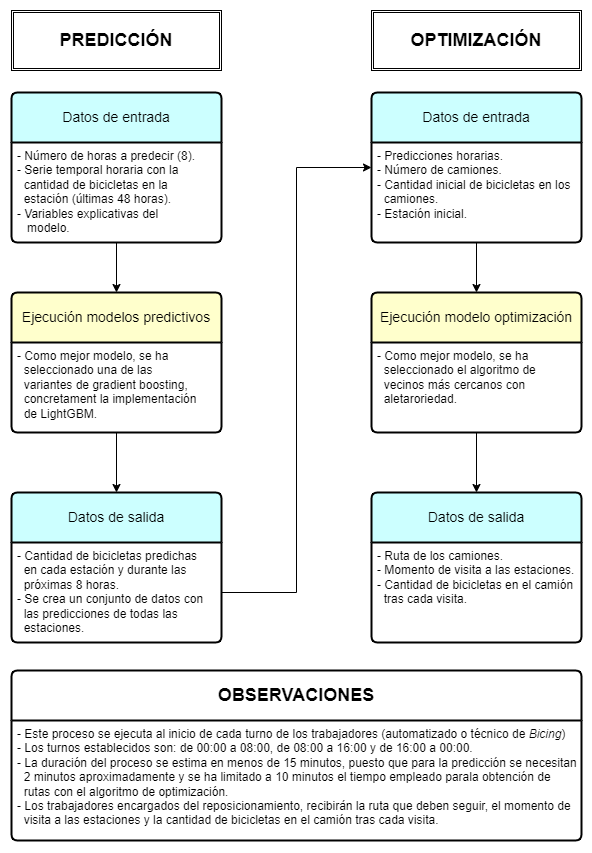
The draw.io diagram 4-DIAGRAMAS/Flujo de ejecución.drawio.png in GerardGinerFabregat2001/Optimizacion_reposicionamiento_Bicing, before a commit. Source tidied: cells renumbered, new cells last; positions are measured from the earlier drawing's top-left corner, leaving out a move shared by most shapes. The source it was exported from:
```xml
<mxGraphModel>
  <root>
    <mxCell id="0" />
    <mxCell id="1" parent="0" />
    <mxCell id="2" value="Ejecución modelos predictivos" style="swimlane;horizontal=1;startSize=50;rounded=1;fontSize=14;fontStyle=0;strokeWidth=2;shadow=0;dashed=0;align=center;arcSize=4;whiteSpace=wrap;html=1;fillColor=#FFFFCC;" parent="1" vertex="1">
      <mxGeometry y="282" width="210" height="140" as="geometry" />
    </mxCell>
    <mxCell id="3" value="- Como mejor modelo, se ha&amp;nbsp;&lt;div&gt;&amp;nbsp; seleccionado una de las&amp;nbsp;&lt;div&gt;&amp;nbsp; variantes de gradient boosting,&lt;/div&gt;&lt;div&gt;&amp;nbsp; concretament la implementación&amp;nbsp;&lt;/div&gt;&lt;div&gt;&amp;nbsp; de LightGBM.&lt;/div&gt;&lt;/div&gt;" style="align=left;strokeColor=none;fillColor=none;spacingLeft=4;fontSize=12;verticalAlign=top;html=1;" parent="2" vertex="1">
      <mxGeometry y="50" width="210" height="90" as="geometry" />
    </mxCell>
    <mxCell id="4" value="Datos de entrada" style="swimlane;horizontal=1;startSize=50;rounded=1;fontSize=14;fontStyle=0;strokeWidth=2;shadow=0;dashed=0;align=center;arcSize=4;whiteSpace=wrap;html=1;fillColor=#CCFFFF;" parent="1" vertex="1">
      <mxGeometry y="82" width="210" height="150" as="geometry" />
    </mxCell>
    <mxCell id="5" value="- Número de horas a predecir (8).&lt;div&gt;- Serie temporal horaria con la&amp;nbsp;&lt;/div&gt;&lt;div&gt;&amp;nbsp; cantidad de bicicletas en la&amp;nbsp;&lt;/div&gt;&lt;div&gt;&amp;nbsp; estación (últimas 48 horas).&lt;/div&gt;&lt;div&gt;- Variables explicativas del&lt;/div&gt;&lt;div&gt;&amp;nbsp; &amp;nbsp;modelo.&lt;/div&gt;" style="align=left;strokeColor=none;fillColor=none;spacingLeft=4;fontSize=12;verticalAlign=top;html=1;" parent="4" vertex="1">
      <mxGeometry y="50" width="210" height="100" as="geometry" />
    </mxCell>
    <mxCell id="6" value="Datos de salida" style="swimlane;horizontal=1;startSize=50;rounded=1;fontSize=14;fontStyle=0;strokeWidth=2;shadow=0;dashed=0;align=center;arcSize=4;whiteSpace=wrap;html=1;fillColor=#CCFFFF;" parent="1" vertex="1">
      <mxGeometry y="482" width="210" height="150" as="geometry" />
    </mxCell>
    <mxCell id="7" value="- Cantidad de bicicletas predichas&amp;nbsp;&lt;div&gt;&amp;nbsp; en cada estación y durante las&amp;nbsp;&lt;/div&gt;&lt;div&gt;&amp;nbsp; próximas 8 horas.&lt;/div&gt;&lt;div&gt;- Se crea un conjunto de datos con&lt;/div&gt;&lt;div&gt;&amp;nbsp; las predicciones de todas las&amp;nbsp;&lt;/div&gt;&lt;div&gt;&amp;nbsp; estaciones.&lt;/div&gt;" style="align=left;strokeColor=none;fillColor=none;spacingLeft=4;fontSize=12;verticalAlign=top;html=1;" parent="6" vertex="1">
      <mxGeometry y="50" width="210" height="100" as="geometry" />
    </mxCell>
    <mxCell id="8" style="edgeStyle=orthogonalEdgeStyle;rounded=0;jettySize=auto;html=1;exitX=0.5;exitY=1;exitDx=0;exitDy=0;entryX=0.5;entryY=0;entryDx=0;entryDy=0;" parent="1" edge="1" source="5" target="2">
      <mxGeometry relative="1" as="geometry" />
    </mxCell>
    <mxCell id="9" value="Datos de entrada" style="swimlane;horizontal=1;startSize=50;rounded=1;fontSize=14;fontStyle=0;strokeWidth=2;shadow=0;dashed=0;align=center;arcSize=4;whiteSpace=wrap;html=1;fillColor=#CCFFFF;" parent="1" vertex="1">
      <mxGeometry x="360" y="82" width="210" height="150" as="geometry" />
    </mxCell>
    <mxCell id="10" value="- Predicciones horarias.&lt;div&gt;- Número de camiones.&lt;/div&gt;&lt;div&gt;- Cantidad inicial de bicicletas en los&lt;/div&gt;&lt;div&gt;&amp;nbsp; camiones.&lt;/div&gt;&lt;div&gt;- Estación inicial.&lt;/div&gt;" style="align=left;strokeColor=none;fillColor=none;spacingLeft=4;fontSize=12;verticalAlign=top;html=1;" parent="9" vertex="1">
      <mxGeometry y="50" width="210" height="100" as="geometry" />
    </mxCell>
    <mxCell id="11" style="edgeStyle=orthogonalEdgeStyle;rounded=0;jettySize=auto;html=1;entryX=0;entryY=0.5;entryDx=0;entryDy=0;" parent="1" edge="1" source="7" target="9">
      <mxGeometry relative="1" as="geometry" />
    </mxCell>
    <mxCell id="12" value="Ejecución modelo optimización" style="swimlane;horizontal=1;startSize=50;rounded=1;fontSize=14;fontStyle=0;strokeWidth=2;shadow=0;dashed=0;align=center;arcSize=4;whiteSpace=wrap;html=1;fillColor=#FFFFCC;" parent="1" vertex="1">
      <mxGeometry x="360" y="282" width="210" height="140" as="geometry" />
    </mxCell>
    <mxCell id="13" value="- Como mejor modelo, se ha&lt;div&gt;&amp;nbsp; seleccionado el algoritmo de&lt;div&gt;&amp;nbsp; vecinos más cercanos con&amp;nbsp;&lt;/div&gt;&lt;div&gt;&amp;nbsp; aletaroriedad.&lt;/div&gt;&lt;div&gt;&lt;br&gt;&lt;/div&gt;&lt;/div&gt;" style="align=left;strokeColor=none;fillColor=none;spacingLeft=4;fontSize=12;verticalAlign=top;html=1;" parent="12" vertex="1">
      <mxGeometry y="50" width="210" height="90" as="geometry" />
    </mxCell>
    <mxCell id="14" style="edgeStyle=orthogonalEdgeStyle;rounded=0;jettySize=auto;html=1;entryX=0.5;entryY=0;entryDx=0;entryDy=0;" parent="1" edge="1" source="3" target="6">
      <mxGeometry relative="1" as="geometry" />
    </mxCell>
    <mxCell id="15" style="edgeStyle=orthogonalEdgeStyle;rounded=0;jettySize=auto;html=1;exitX=0.5;exitY=1;exitDx=0;exitDy=0;entryX=0.5;entryY=0;entryDx=0;entryDy=0;" parent="1" edge="1" source="10" target="12">
      <mxGeometry relative="1" as="geometry" />
    </mxCell>
    <mxCell id="16" value="Datos de salida" style="swimlane;horizontal=1;startSize=50;rounded=1;fontSize=14;fontStyle=0;strokeWidth=2;shadow=0;dashed=0;align=center;arcSize=4;whiteSpace=wrap;html=1;fillColor=#CCFFFF;" parent="1" vertex="1">
      <mxGeometry x="360" y="482" width="210" height="150" as="geometry" />
    </mxCell>
    <mxCell id="17" value="- Ruta de los camiones.&lt;div&gt;- Momento de visita a las estaciones.&lt;/div&gt;&lt;div&gt;- Cantidad de bicicletas en el camión&lt;/div&gt;&lt;div&gt;&amp;nbsp; tras cada visita.&lt;/div&gt;" style="align=left;strokeColor=none;fillColor=none;spacingLeft=4;fontSize=12;verticalAlign=top;html=1;" parent="16" vertex="1">
      <mxGeometry y="50" width="210" height="100" as="geometry" />
    </mxCell>
    <mxCell id="18" style="edgeStyle=orthogonalEdgeStyle;rounded=0;jettySize=auto;html=1;exitX=0.5;exitY=1;exitDx=0;exitDy=0;entryX=0.5;entryY=0;entryDx=0;entryDy=0;" parent="1" edge="1" source="13" target="16">
      <mxGeometry relative="1" as="geometry" />
    </mxCell>
    <mxCell id="19" value="&lt;font style=&quot;font-size: 18px;&quot;&gt;&lt;b&gt;PREDICCIÓN&lt;/b&gt;&lt;/font&gt;" style="shape=ext;double=1;rounded=0;whiteSpace=wrap;html=1;fillColor=none;" parent="1" vertex="1">
      <mxGeometry width="210" height="60" as="geometry" />
    </mxCell>
    <mxCell id="20" value="&lt;font style=&quot;font-size: 18px;&quot;&gt;&lt;b&gt;OPTIMIZACIÓN&lt;/b&gt;&lt;/font&gt;" style="shape=ext;double=1;rounded=0;whiteSpace=wrap;html=1;" parent="1" vertex="1">
      <mxGeometry x="360" width="210" height="60" as="geometry" />
    </mxCell>
    <mxCell id="21" value="&lt;b&gt;&lt;font style=&quot;font-size: 18px;&quot;&gt;OBSERVACIONES&lt;/font&gt;&lt;/b&gt;" style="swimlane;horizontal=1;startSize=50;rounded=1;fontSize=14;fontStyle=0;strokeWidth=2;shadow=0;dashed=0;align=center;arcSize=4;whiteSpace=wrap;html=1;fillColor=none;" parent="1" vertex="1">
      <mxGeometry y="660" width="570" height="170" as="geometry" />
    </mxCell>
    <mxCell id="22" value="- Este proceso se ejecuta al inicio de cada turno de los trabajadores (automatizado o técnico de &lt;i&gt;Bicing&lt;/i&gt;)&amp;nbsp;&lt;div&gt;- Los turnos establecidos son: de 00:00 a 08:00, de 08:00 a 16:00 y de 16:00 a 00:00.&lt;/div&gt;&lt;div&gt;- La duración del proceso se estima en menos de 15 minutos, puesto que para la predicción se necesitan&lt;/div&gt;&lt;div&gt;&amp;nbsp; 2 minutos aproximadamente y se ha limitado a 10 minutos el tiempo empleado parala obtención de&amp;nbsp;&lt;/div&gt;&lt;div&gt;&amp;nbsp; rutas con el algoritmo de&amp;nbsp;&lt;span style=&quot;background-color: initial;&quot;&gt;optimización.&lt;/span&gt;&lt;/div&gt;&lt;div&gt;&lt;span style=&quot;background-color: initial;&quot;&gt;- Los trabajadores encargados del reposicionamiento, recibirán la ruta que deben seguir, el momento de&amp;nbsp;&lt;/span&gt;&lt;/div&gt;&lt;div&gt;&lt;span style=&quot;background-color: initial;&quot;&gt;&amp;nbsp; visita a las estaciones y la cantidad&amp;nbsp;&lt;/span&gt;&lt;span style=&quot;background-color: initial;&quot;&gt;de bicicletas en el camión tras cada visita.&lt;/span&gt;&lt;/div&gt;&lt;div&gt;&lt;span style=&quot;background-color: initial;&quot;&gt;&lt;br&gt;&lt;/span&gt;&lt;/div&gt;" style="align=left;strokeColor=none;fillColor=none;spacingLeft=4;fontSize=12;verticalAlign=top;html=1;" parent="21" vertex="1">
      <mxGeometry y="50" width="570" height="120" as="geometry" />
    </mxCell>
  </root>
</mxGraphModel>
```
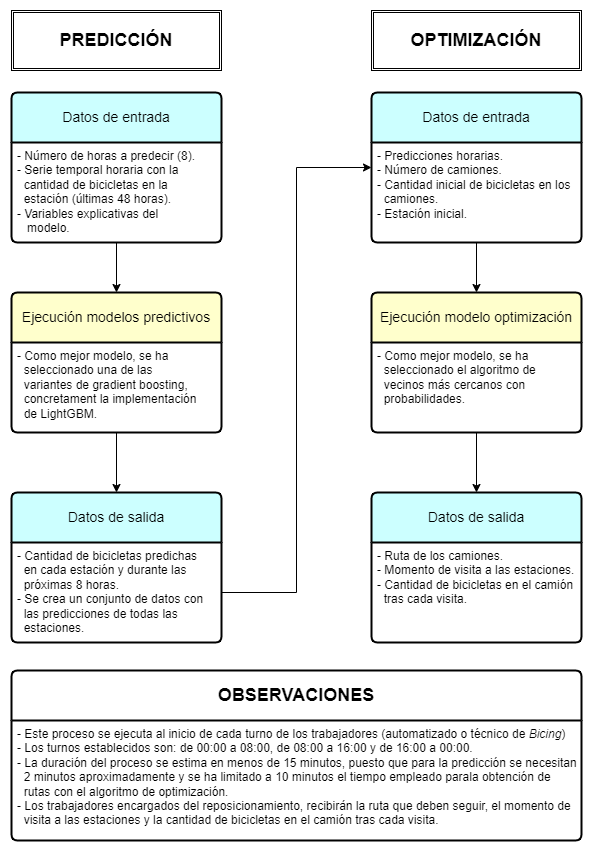
The same diagram one commit later.

The edit, as a diff of the source:
```diff
@@ -35,7 +35,7 @@
     <mxCell id="12" value="Ejecución modelo optimización" style="swimlane;horizontal=1;startSize=50;rounded=1;fontSize=14;fontStyle=0;strokeWidth=2;shadow=0;dashed=0;align=center;arcSize=4;whiteSpace=wrap;html=1;fillColor=#FFFFCC;" parent="1" vertex="1">
       <mxGeometry x="360" y="282" width="210" height="140" as="geometry" />
     </mxCell>
-    <mxCell id="13" value="- Como mejor modelo, se ha&lt;div&gt;&amp;nbsp; seleccionado el algoritmo de&lt;div&gt;&amp;nbsp; vecinos más cercanos con&amp;nbsp;&lt;/div&gt;&lt;div&gt;&amp;nbsp; aletaroriedad.&lt;/div&gt;&lt;div&gt;&lt;br&gt;&lt;/div&gt;&lt;/div&gt;" style="align=left;strokeColor=none;fillColor=none;spacingLeft=4;fontSize=12;verticalAlign=top;html=1;" parent="12" vertex="1">
+    <mxCell id="13" value="- Como mejor modelo, se ha&lt;div&gt;&amp;nbsp; seleccionado el algoritmo de&lt;div&gt;&amp;nbsp; vecinos más cercanos con&amp;nbsp;&lt;/div&gt;&lt;div&gt;&amp;nbsp; probabilidades.&lt;/div&gt;&lt;div&gt;&lt;br&gt;&lt;/div&gt;&lt;/div&gt;" style="align=left;strokeColor=none;fillColor=none;spacingLeft=4;fontSize=12;verticalAlign=top;html=1;" parent="12" vertex="1">
       <mxGeometry y="50" width="210" height="90" as="geometry" />
     </mxCell>
     <mxCell id="14" style="edgeStyle=orthogonalEdgeStyle;rounded=0;jettySize=auto;html=1;entryX=0.5;entryY=0;entryDx=0;entryDy=0;" parent="1" edge="1" source="3" target="6">
```
